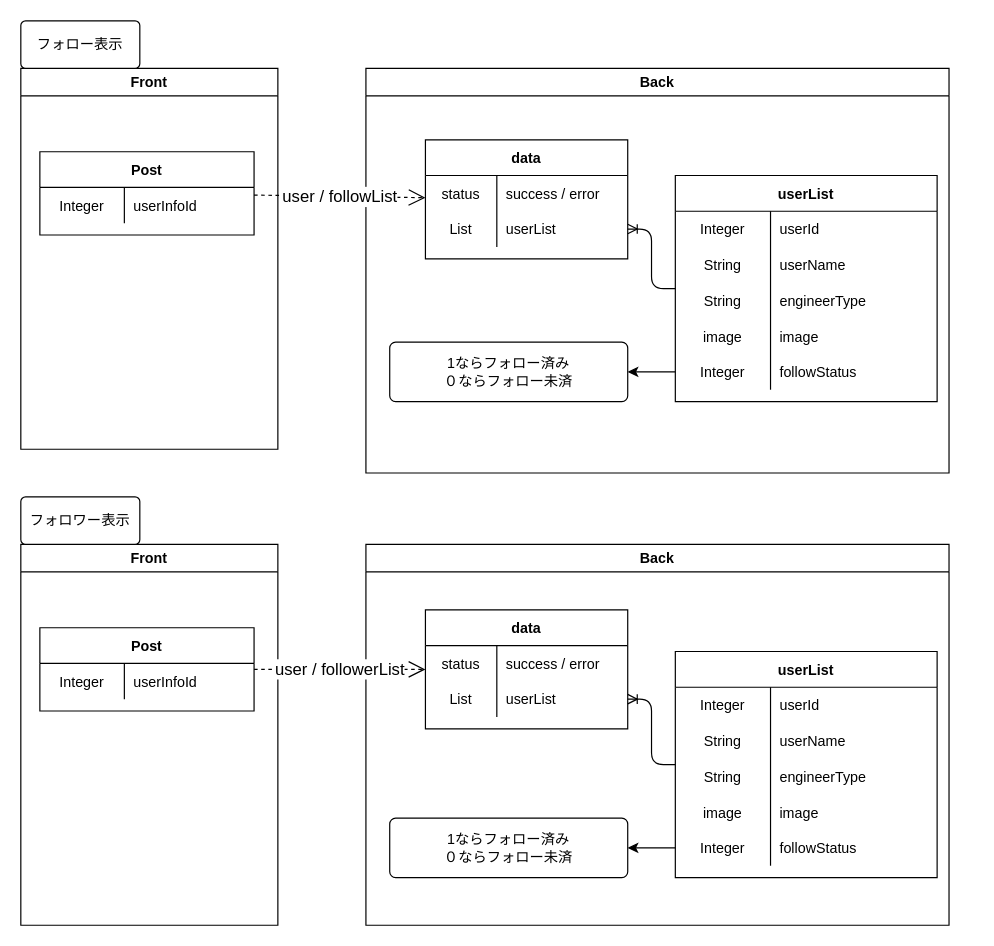
Before: page "[表示]フォローリスト" (6 of 17) of Designs/基本設計.drawio in yusuke-rakus/Qiish, a draw.io diagram. Source tidied: cells renumbered, new cells numbered last; positions are measured from the earlier drawing's top-left corner, leaving out a move shared by most shapes. Both pictures are drawn from the tidied source at 119%, with x=0, y=0 at pixel (20, 20).
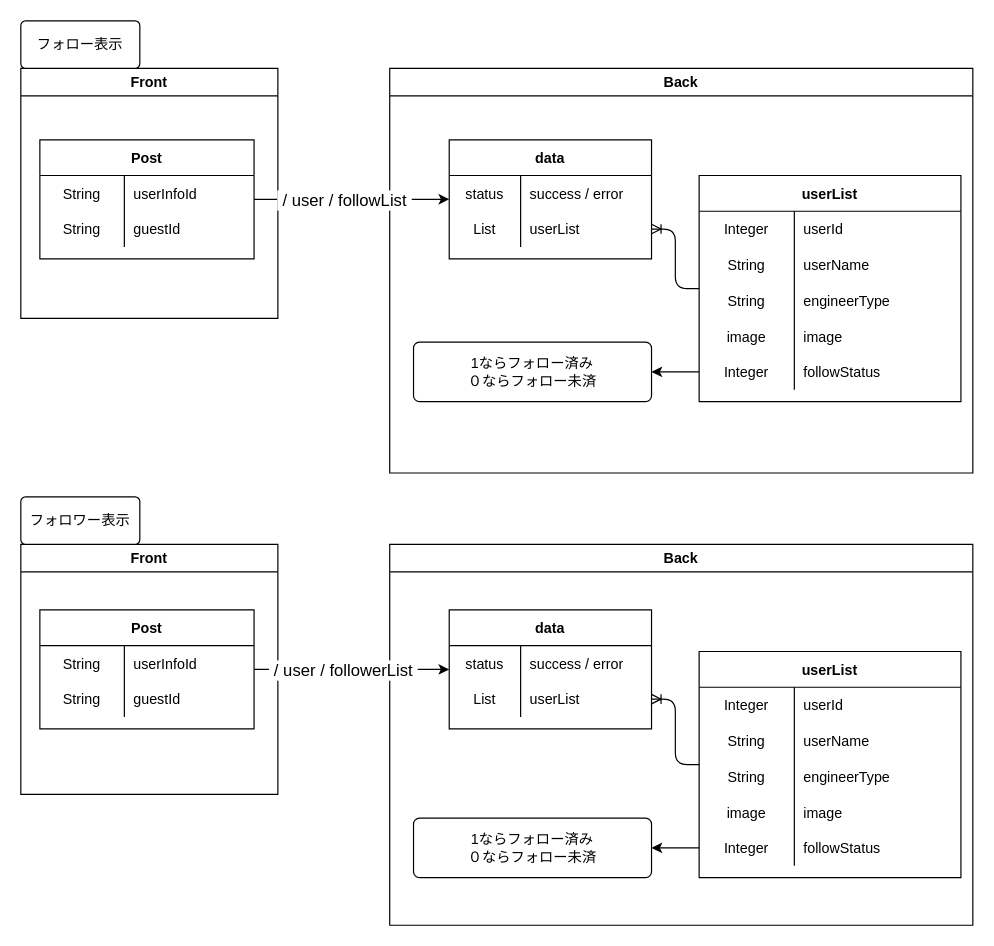
The same diagram, later.

Unchanged cells that the change refers to:
```xml
<mxCell id="4" style="shape=partialRectangle;fillColor=none;top=0;left=0;bottom=0;right=0;" parent="3" vertex="1">
  <mxGeometry y="30" width="180" height="30" as="geometry" />
</mxCell>
<mxCell id="8" value="data" style="shape=table;startSize=30;childLayout=tableLayout;rowLines=0;fontStyle=1;align=center;" parent="7" vertex="1">
  <mxGeometry x="50" y="60" width="170" height="100" as="geometry" />
</mxCell>
<mxCell id="37" style="shape=partialRectangle;fillColor=none;top=0;left=0;bottom=0;right=0;" parent="36" vertex="1">
  <mxGeometry y="30" width="180" height="30" as="geometry" />
</mxCell>
<mxCell id="41" value="data" style="shape=table;startSize=30;childLayout=tableLayout;rowLines=0;fontStyle=1;align=center;" parent="40" vertex="1">
  <mxGeometry x="50" y="55" width="170" height="100" as="geometry" />
</mxCell>
```

The edit, as a diff of the source:
```diff
@@
     <mxCell id="2" value="Front" style="swimlane;" parent="1" vertex="1">
-      <mxGeometry y="40" width="216" height="320" as="geometry" />
+      <mxGeometry y="40" width="216" height="210" as="geometry" />
     </mxCell>
     <mxCell id="3" value="Post" style="shape=table;startSize=30;childLayout=tableLayout;rowLines=0;fontStyle=1;align=center;" parent="2" vertex="1">
-      <mxGeometry x="16" y="70" width="180" height="70" as="geometry" />
+      <mxGeometry x="16" y="60" width="180" height="100" as="geometry" />
     </mxCell>
@@
-    <mxCell id="5" value="Integer" style="shape=partialRectangle;fillColor=none;top=0;left=0;bottom=0;right=0;overflow=hidden;" parent="4" vertex="1">
+    <mxCell id="5" value="String" style="shape=partialRectangle;fillColor=none;top=0;left=0;bottom=0;right=0;overflow=hidden;" parent="4" vertex="1">
       <mxGeometry width="71" height="30" as="geometry" />
     </mxCell>
@@
+    <mxCell id="70" style="shape=partialRectangle;fillColor=none;top=0;left=0;bottom=0;right=0;" parent="3" vertex="1">
+      <mxGeometry y="60" width="180" height="30" as="geometry" />
+    </mxCell>
+    <mxCell id="71" value="String" style="shape=partialRectangle;fillColor=none;top=0;left=0;bottom=0;right=0;overflow=hidden;" parent="70" vertex="1">
+      <mxGeometry width="71" height="30" as="geometry" />
+    </mxCell>
+    <mxCell id="72" value="guestId" style="shape=partialRectangle;fillColor=none;top=0;left=0;bottom=0;right=0;align=left;spacingLeft=6;overflow=hidden;" parent="70" vertex="1">
+      <mxGeometry x="71" width="109" height="30" as="geometry" />
+    </mxCell>
     <mxCell id="7" value="Back" style="swimlane;" parent="1" vertex="1">
-      <mxGeometry x="290" y="40" width="490" height="340" as="geometry" />
+      <mxGeometry x="310" y="40" width="490" height="340" as="geometry" />
     </mxCell>
@@
-    <mxCell id="34" value="&lt;font style=&quot;font-size: 14px&quot;&gt;user / followList&lt;/font&gt;" style="endArrow=open;endSize=12;dashed=1;html=1;" parent="1" edge="1" source="3" target="8">
-      <mxGeometry relative="1" as="geometry" />
-    </mxCell>
     <mxCell id="35" value="Front" style="swimlane;" parent="1" vertex="1">
-      <mxGeometry y="440" width="216" height="320" as="geometry" />
+      <mxGeometry y="440" width="216" height="210" as="geometry" />
     </mxCell>
     <mxCell id="36" value="Post" style="shape=table;startSize=30;childLayout=tableLayout;rowLines=0;fontStyle=1;align=center;" parent="35" vertex="1">
-      <mxGeometry x="16" y="70" width="180" height="70" as="geometry" />
+      <mxGeometry x="16" y="55" width="180" height="100" as="geometry" />
     </mxCell>
@@
-    <mxCell id="38" value="Integer" style="shape=partialRectangle;fillColor=none;top=0;left=0;bottom=0;right=0;overflow=hidden;" parent="37" vertex="1">
+    <mxCell id="38" value="String" style="shape=partialRectangle;fillColor=none;top=0;left=0;bottom=0;right=0;overflow=hidden;" parent="37" vertex="1">
       <mxGeometry width="71" height="30" as="geometry" />
     </mxCell>
@@
+    <mxCell id="73" style="shape=partialRectangle;fillColor=none;top=0;left=0;bottom=0;right=0;" parent="36" vertex="1">
+      <mxGeometry y="60" width="180" height="30" as="geometry" />
+    </mxCell>
+    <mxCell id="74" value="String" style="shape=partialRectangle;fillColor=none;top=0;left=0;bottom=0;right=0;overflow=hidden;" parent="73" vertex="1">
+      <mxGeometry width="71" height="30" as="geometry" />
+    </mxCell>
+    <mxCell id="75" value="guestId" style="shape=partialRectangle;fillColor=none;top=0;left=0;bottom=0;right=0;align=left;spacingLeft=6;overflow=hidden;" parent="73" vertex="1">
+      <mxGeometry x="71" width="109" height="30" as="geometry" />
+    </mxCell>
     <mxCell id="40" value="Back" style="swimlane;" parent="1" vertex="1">
-      <mxGeometry x="290" y="440" width="490" height="320" as="geometry" />
+      <mxGeometry x="310" y="440" width="490" height="320" as="geometry" />
     </mxCell>
@@
-    <mxCell id="67" value="&lt;font style=&quot;font-size: 14px&quot;&gt;user / followerList&lt;/font&gt;" style="endArrow=open;endSize=12;dashed=1;html=1;" parent="1" edge="1" source="36" target="41">
-      <mxGeometry relative="1" as="geometry" />
-    </mxCell>
@@
+    <mxCell id="34" style="edgeStyle=none;html=1;" parent="1" edge="1" source="3" target="8">
+      <mxGeometry relative="1" as="geometry" />
+    </mxCell>
+    <mxCell id="76" value="&amp;nbsp;/ user / followList&amp;nbsp;" style="edgeLabel;html=1;align=center;verticalAlign=middle;fontSize=14;" parent="34" vertex="1">
+      <mxGeometry x="-0.25" y="-2" relative="1" as="geometry">
+        <mxPoint x="13" y="-2" as="offset" />
+      </mxGeometry>
+    </mxCell>
+    <mxCell id="67" style="edgeStyle=none;html=1;" parent="1" edge="1" source="36" target="41">
+      <mxGeometry relative="1" as="geometry" />
+    </mxCell>
+    <mxCell id="77" value="&amp;nbsp;/ user / followerList&amp;nbsp;" style="edgeLabel;html=1;align=center;verticalAlign=middle;fontSize=14;" parent="67" vertex="1">
+      <mxGeometry x="0.04" y="-2" relative="1" as="geometry">
+        <mxPoint x="-11" y="-2" as="offset" />
+      </mxGeometry>
+    </mxCell>
```
